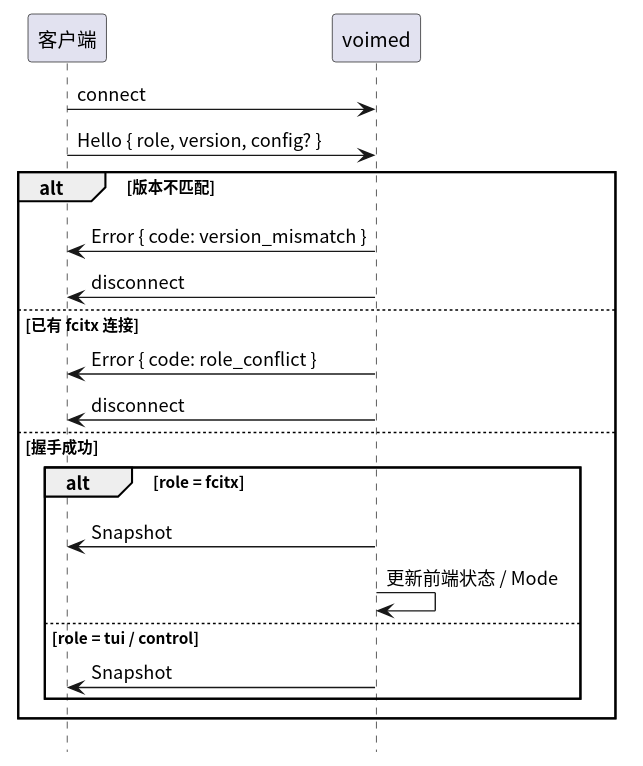
This is crates/voime-ipc/diagram/handshake.svg from 54m43lJ/voime, a PlantUML export, as it was before one commit. The source it was exported from:
```plantuml
@startuml
skinparam defaultFontName "Noto Sans CJK SC"
skinparam shadowing false
hide footbox

participant "客户端" as Client
participant "voimed" as Daemon

Client -> Daemon : connect
Client -> Daemon : Hello { role, version, config? }

alt 版本不匹配
  Daemon -> Client : Error { code: version_mismatch }
  Daemon -> Client : disconnect
else 已有 fcitx 连接
  Daemon -> Client : Error { code: role_conflict }
  Daemon -> Client : disconnect
else 握手成功
  alt role = fcitx
    Daemon -> Client : Snapshot
    Daemon -> Daemon : 更新前端状态 / Mode
  else role = tui / control
    Daemon -> Client : Snapshot
  end
end
@enduml
```
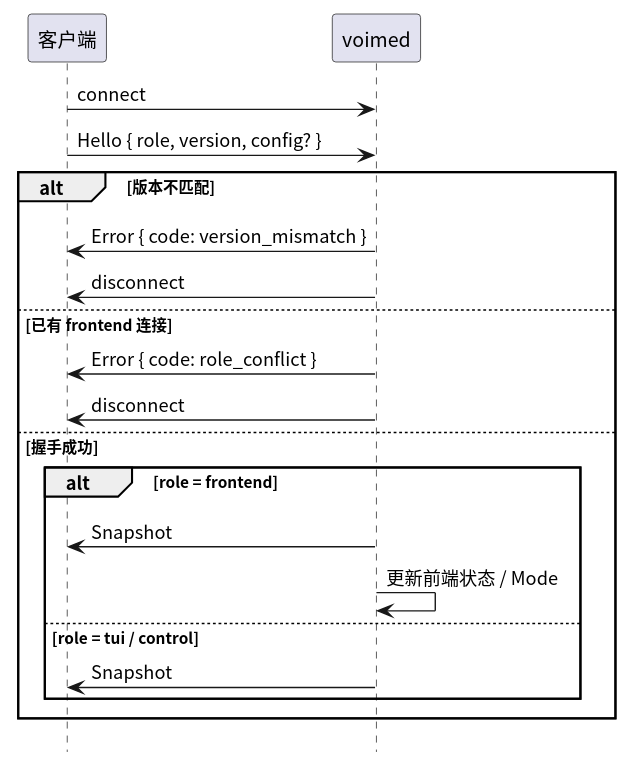
Above is the later version.

Change to the diagram source:
```diff
@@ -12,11 +12,11 @@
 alt 版本不匹配
   Daemon -> Client : Error { code: version_mismatch }
   Daemon -> Client : disconnect
-else 已有 fcitx 连接
+else 已有 frontend 连接
   Daemon -> Client : Error { code: role_conflict }
   Daemon -> Client : disconnect
 else 握手成功
-  alt role = fcitx
+  alt role = frontend
     Daemon -> Client : Snapshot
     Daemon -> Daemon : 更新前端状态 / Mode
   else role = tui / control
```
